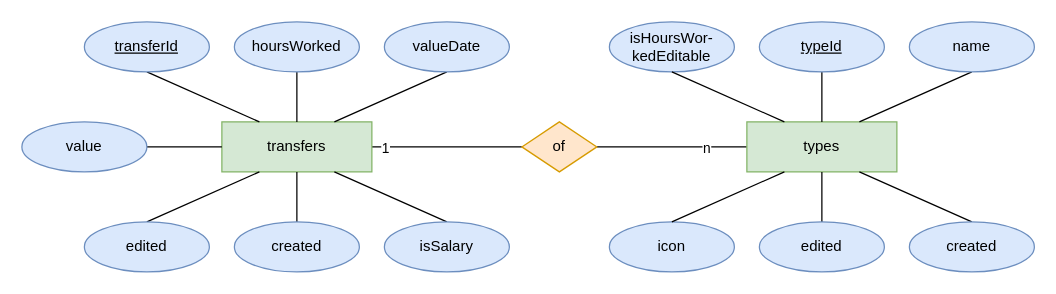
This is docs/img/development/database_scheme.drawio from Christian-2003/cha-ching, a draw.io file, before an edit. Source tidied: cells renumbered, new cells numbered last; positions are measured from the earlier drawing's top-left corner, leaving out a move shared by most shapes. Both pictures are drawn from the tidied source at 125%, with x=0, y=0 at pixel (21, 21).
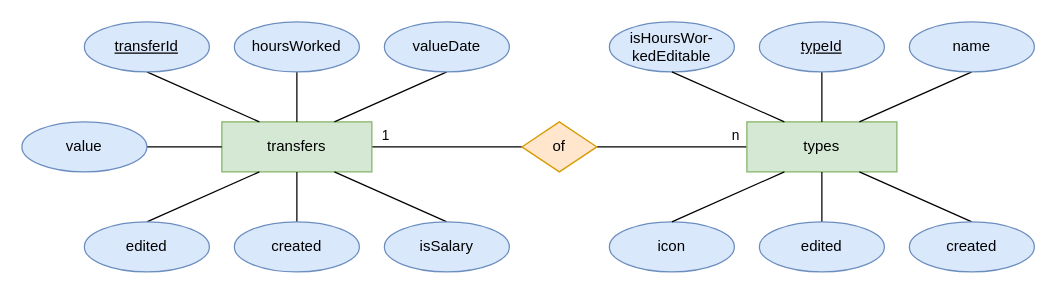
The same diagram, later.

The change refers to these unchanged cells:
```xml
<mxCell id="2" style="rounded=0;jettySize=auto;html=1;exitX=1;exitY=0.5;exitDx=0;exitDy=0;entryX=0;entryY=0.5;entryDx=0;entryDy=0;endArrow=none;startFill=0;" parent="1" edge="1" source="4" target="30">
  <mxGeometry relative="1" as="geometry" />
</mxCell>
<mxCell id="19" style="rounded=0;jettySize=auto;html=1;exitX=0;exitY=0.5;exitDx=0;exitDy=0;entryX=1;entryY=0.5;entryDx=0;entryDy=0;endArrow=none;startFill=0;" parent="1" edge="1" source="21" target="30">
  <mxGeometry relative="1" as="geometry" />
</mxCell>
```

Change to the diagram source:
```diff
@@
-    <mxCell id="3" value="1" style="edgeLabel;html=1;align=center;verticalAlign=middle;" parent="2" vertex="1">
+    <mxCell id="3" value="1" style="edgeLabel;html=1;align=center;verticalAlign=middle;labelBackgroundColor=none;" parent="2" vertex="1">
       <mxGeometry x="0.02" y="1" relative="1" as="geometry">
-        <mxPoint x="-51" y="1" as="offset" />
+        <mxPoint x="-51" y="-9" as="offset" />
       </mxGeometry>
     </mxCell>
@@
-    <mxCell id="20" value="n" style="edgeLabel;html=1;align=center;verticalAlign=middle;" parent="19" vertex="1">
+    <mxCell id="20" value="n" style="edgeLabel;html=1;align=center;verticalAlign=middle;labelBackgroundColor=none;" parent="19" vertex="1">
       <mxGeometry x="-0.08" relative="1" as="geometry">
-        <mxPoint x="22" as="offset" />
+        <mxPoint x="45" y="-10" as="offset" />
       </mxGeometry>
     </mxCell>
```
